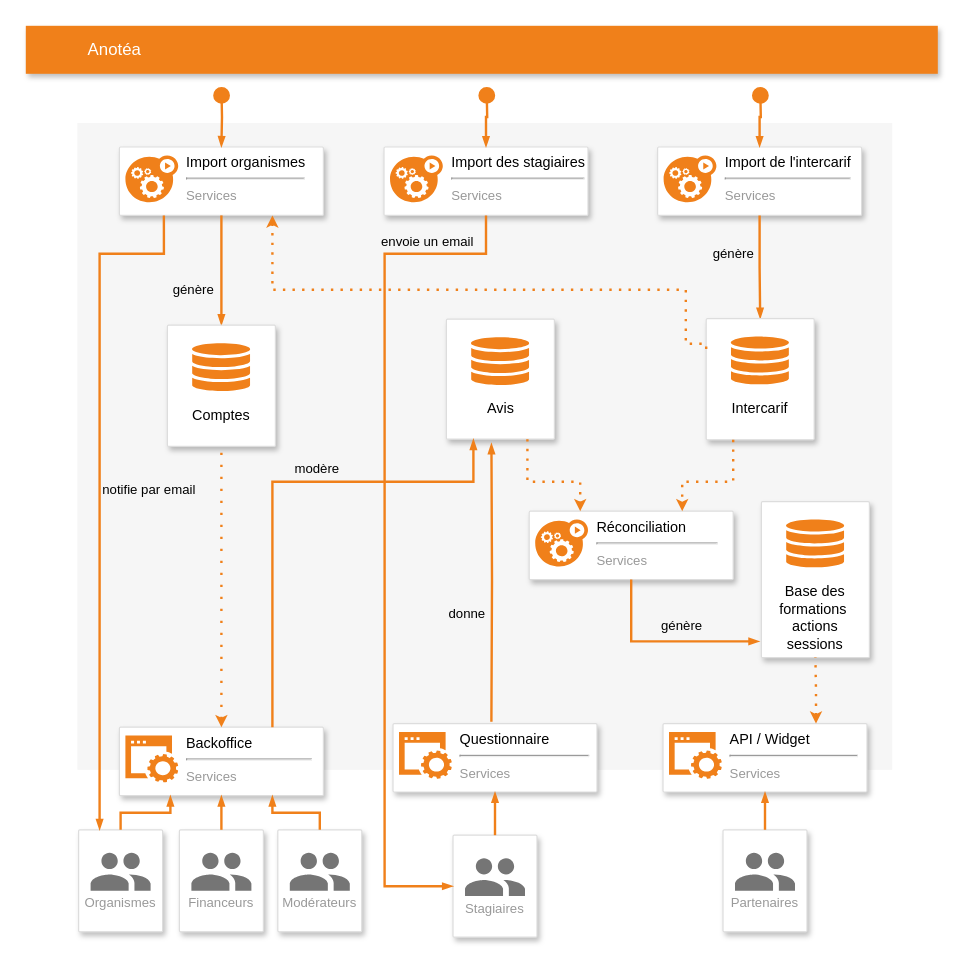
This is misc/doc/diagram/anotea-diagram.drawio from StartupsPoleEmploi/anotea, a draw.io file, before an edit. Source tidied: cells renumbered, new cells numbered last; positions are measured from the earlier drawing's top-left corner, leaving out a move shared by most shapes. Both pictures are drawn from the tidied source at 120%, with x=0, y=0 at pixel (25, 25).
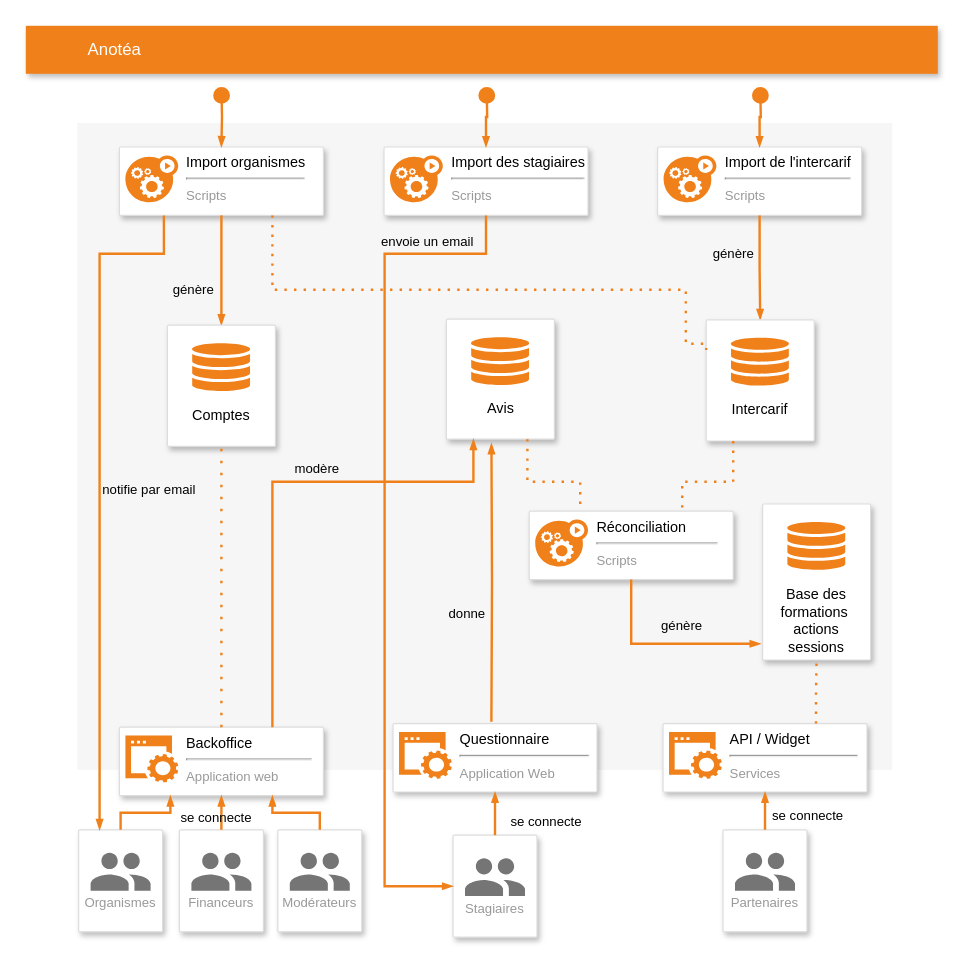
The same diagram, later.

The change refers to these unchanged cells:
```xml
<mxCell id="4" style="strokeColor=#dddddd;fillColor=#ffffff;shadow=1;strokeWidth=1;rounded=1;absoluteArcSize=1;arcSize=2;fontSize=11;fontColor=#9E9E9E;align=center;html=1;" parent="1" vertex="1">
  <mxGeometry x="526.5" y="101" width="170" height="57" as="geometry" />
</mxCell>
<mxCell id="6" style="strokeColor=#dddddd;fillColor=#ffffff;shadow=1;strokeWidth=1;rounded=1;absoluteArcSize=1;arcSize=2;fontSize=11;fontColor=#9E9E9E;align=center;html=1;" parent="1" vertex="1">
  <mxGeometry x="78" y="101" width="170" height="57" as="geometry" />
</mxCell>
<mxCell id="10" style="strokeColor=#dddddd;fillColor=#ffffff;shadow=1;strokeWidth=1;rounded=1;absoluteArcSize=1;arcSize=2;fontSize=11;fontColor=#9E9E9E;align=center;html=1;" parent="1" vertex="1">
  <mxGeometry x="298.5" y="101" width="170" height="57" as="geometry" />
</mxCell>
<mxCell id="12" style="strokeColor=#dddddd;fillColor=#ffffff;shadow=1;strokeWidth=1;rounded=1;absoluteArcSize=1;arcSize=2;fontSize=11;fontColor=#9E9E9E;align=center;html=1;" parent="1" vertex="1">
  <mxGeometry x="419.5" y="404.5" width="170" height="57" as="geometry" />
</mxCell>
<mxCell id="14" style="strokeColor=#dddddd;fillColor=#ffffff;shadow=1;strokeWidth=1;rounded=1;absoluteArcSize=1;arcSize=2;fontSize=11;fontColor=#9E9E9E;align=center;html=1;" parent="1" vertex="1">
  <mxGeometry x="306" y="581.5" width="170" height="57" as="geometry" />
</mxCell>
<mxCell id="18" value="Comptes&#10;" style="strokeColor=#dddddd;fillColor=#ffffff;shadow=1;strokeWidth=1;rounded=1;absoluteArcSize=1;arcSize=2;labelPosition=center;verticalLabelPosition=middle;align=center;verticalAlign=bottom;spacingLeft=0;fontColor=#000000;fontSize=12;whiteSpace=wrap;spacingBottom=2;" parent="1" vertex="1">
  <mxGeometry x="118" y="249.5" width="90" height="101" as="geometry" />
</mxCell>
<mxCell id="22" value="Avis&#10;" style="strokeColor=#dddddd;fillColor=#ffffff;shadow=1;strokeWidth=1;rounded=1;absoluteArcSize=1;arcSize=2;labelPosition=center;verticalLabelPosition=middle;align=center;verticalAlign=bottom;spacingLeft=0;fontColor=#000000;fontSize=12;whiteSpace=wrap;spacingBottom=2;" parent="1" vertex="1">
  <mxGeometry x="350.5" y="244.5" width="90" height="100" as="geometry" />
</mxCell>
<mxCell id="24" style="strokeColor=#dddddd;fillColor=#ffffff;shadow=1;strokeWidth=1;rounded=1;absoluteArcSize=1;arcSize=2;fontSize=11;fontColor=#9E9E9E;align=center;html=1;" parent="1" vertex="1">
  <mxGeometry x="531" y="581.5" width="170" height="57" as="geometry" />
</mxCell>
<mxCell id="26" style="strokeColor=#dddddd;fillColor=#ffffff;shadow=1;strokeWidth=1;rounded=1;absoluteArcSize=1;arcSize=2;fontSize=11;fontColor=#9E9E9E;align=center;html=1;" parent="1" vertex="1">
  <mxGeometry x="78" y="584.5" width="170" height="57" as="geometry" />
</mxCell>
```

The edit, as a diff of the source:
```diff
@@
-    <mxCell id="5" value="&lt;font color=&quot;#000000&quot;&gt;Import de l'intercarif&lt;/font&gt;&lt;br&gt;&lt;hr&gt;&lt;font style=&quot;font-size: 11px&quot;&gt;Services&lt;/font&gt;" style="dashed=0;html=1;fillColor=#F0801A;strokeColor=none;shape=mxgraph.gcp2.gear_load;labelPosition=right;verticalLabelPosition=middle;align=left;verticalAlign=top;spacingLeft=5;fontColor=#999999;fontSize=12;spacingTop=-8;" parent="4" vertex="1">
+    <mxCell id="5" value="&lt;font color=&quot;#000000&quot;&gt;Import de l'intercarif&lt;/font&gt;&lt;br&gt;&lt;hr&gt;&lt;font style=&quot;font-size: 11px&quot;&gt;Scripts&lt;/font&gt;" style="dashed=0;html=1;fillColor=#F0801A;strokeColor=none;shape=mxgraph.gcp2.gear_load;labelPosition=right;verticalLabelPosition=middle;align=left;verticalAlign=top;spacingLeft=5;fontColor=#999999;fontSize=12;spacingTop=-8;" parent="4" vertex="1">
       <mxGeometry width="44" height="39" relative="1" as="geometry">
         <mxPoint x="5" y="7" as="offset" />
       </mxGeometry>
     </mxCell>
@@
-    <mxCell id="7" value="&lt;font color=&quot;#000000&quot;&gt;Import organismes&lt;/font&gt;&lt;br&gt;&lt;hr&gt;&lt;font style=&quot;font-size: 11px&quot;&gt;Services&lt;/font&gt;" style="dashed=0;html=1;fillColor=#F0801A;strokeColor=none;shape=mxgraph.gcp2.gear_load;labelPosition=right;verticalLabelPosition=middle;align=left;verticalAlign=top;spacingLeft=5;fontColor=#999999;fontSize=12;spacingTop=-8;" parent="6" vertex="1">
+    <mxCell id="7" value="&lt;font color=&quot;#000000&quot;&gt;Import organismes&lt;/font&gt;&lt;br&gt;&lt;hr&gt;&lt;font style=&quot;font-size: 11px&quot;&gt;Scripts&lt;/font&gt;" style="dashed=0;html=1;fillColor=#F0801A;strokeColor=none;shape=mxgraph.gcp2.gear_load;labelPosition=right;verticalLabelPosition=middle;align=left;verticalAlign=top;spacingLeft=5;fontColor=#999999;fontSize=12;spacingTop=-8;" parent="6" vertex="1">
       <mxGeometry width="44" height="39" relative="1" as="geometry">
         <mxPoint x="5" y="7" as="offset" />
       </mxGeometry>
     </mxCell>
@@
-    <mxCell id="11" value="&lt;font color=&quot;#000000&quot;&gt;Import des stagiaires&lt;/font&gt;&lt;br&gt;&lt;hr&gt;&lt;font style=&quot;font-size: 11px&quot;&gt;Services&lt;/font&gt;" style="dashed=0;html=1;fillColor=#F0801A;strokeColor=none;shape=mxgraph.gcp2.gear_load;labelPosition=right;verticalLabelPosition=middle;align=left;verticalAlign=top;spacingLeft=5;fontColor=#999999;fontSize=12;spacingTop=-8;" parent="10" vertex="1">
+    <mxCell id="11" value="&lt;font color=&quot;#000000&quot;&gt;Import des stagiaires&lt;/font&gt;&lt;br&gt;&lt;hr&gt;&lt;font style=&quot;font-size: 11px&quot;&gt;Scripts&lt;/font&gt;" style="dashed=0;html=1;fillColor=#F0801A;strokeColor=none;shape=mxgraph.gcp2.gear_load;labelPosition=right;verticalLabelPosition=middle;align=left;verticalAlign=top;spacingLeft=5;fontColor=#999999;fontSize=12;spacingTop=-8;" parent="10" vertex="1">
       <mxGeometry width="44" height="39" relative="1" as="geometry">
         <mxPoint x="5" y="7" as="offset" />
       </mxGeometry>
     </mxCell>
@@
-    <mxCell id="13" value="&lt;font color=&quot;#000000&quot;&gt;Réconciliation&amp;nbsp; &amp;nbsp; &amp;nbsp; &amp;nbsp;&amp;nbsp;&lt;/font&gt;&lt;br&gt;&lt;hr&gt;&lt;font style=&quot;font-size: 11px&quot;&gt;Services&lt;/font&gt;" style="dashed=0;html=1;fillColor=#F0801A;strokeColor=none;shape=mxgraph.gcp2.gear_load;labelPosition=right;verticalLabelPosition=middle;align=left;verticalAlign=top;spacingLeft=5;fontColor=#999999;fontSize=12;spacingTop=-8;" parent="12" vertex="1">
+    <mxCell id="13" value="&lt;font color=&quot;#000000&quot;&gt;Réconciliation&amp;nbsp; &amp;nbsp; &amp;nbsp; &amp;nbsp;&amp;nbsp;&lt;/font&gt;&lt;br&gt;&lt;hr&gt;&lt;font style=&quot;font-size: 11px&quot;&gt;Scripts&lt;/font&gt;" style="dashed=0;html=1;fillColor=#F0801A;strokeColor=none;shape=mxgraph.gcp2.gear_load;labelPosition=right;verticalLabelPosition=middle;align=left;verticalAlign=top;spacingLeft=5;fontColor=#999999;fontSize=12;spacingTop=-8;" parent="12" vertex="1">
       <mxGeometry width="44" height="39" relative="1" as="geometry">
         <mxPoint x="5" y="7" as="offset" />
       </mxGeometry>
     </mxCell>
@@
-    <mxCell id="15" value="&lt;font color=&quot;#000000&quot;&gt;Questionnaire&amp;nbsp; &amp;nbsp; &amp;nbsp; &amp;nbsp; &amp;nbsp;&amp;nbsp;&lt;/font&gt;&lt;br&gt;&lt;hr&gt;&lt;font style=&quot;font-size: 11px&quot;&gt;Services&lt;/font&gt;" style="dashed=0;html=1;fillColor=#F0801A;strokeColor=none;shape=mxgraph.gcp2.website;labelPosition=right;verticalLabelPosition=middle;align=left;verticalAlign=top;spacingLeft=5;fontColor=#999999;fontSize=12;spacingTop=-8;" parent="14" vertex="1">
+    <mxCell id="15" value="&lt;font color=&quot;#000000&quot;&gt;Questionnaire&amp;nbsp; &amp;nbsp; &amp;nbsp; &amp;nbsp; &amp;nbsp;&amp;nbsp;&lt;/font&gt;&lt;br&gt;&lt;hr&gt;&lt;font style=&quot;font-size: 11px&quot;&gt;Application Web&lt;/font&gt;" style="dashed=0;html=1;fillColor=#F0801A;strokeColor=none;shape=mxgraph.gcp2.website;labelPosition=right;verticalLabelPosition=middle;align=left;verticalAlign=top;spacingLeft=5;fontColor=#999999;fontSize=12;spacingTop=-8;" parent="14" vertex="1">
       <mxGeometry width="44" height="39" relative="1" as="geometry">
         <mxPoint x="5" y="7" as="offset" />
       </mxGeometry>
     </mxCell>
@@
     <mxCell id="20" value="Intercarif&#10;" style="strokeColor=#dddddd;fillColor=#ffffff;shadow=1;strokeWidth=1;rounded=1;absoluteArcSize=1;arcSize=2;labelPosition=center;verticalLabelPosition=middle;align=center;verticalAlign=bottom;spacingLeft=0;fontColor=#000000;fontSize=12;whiteSpace=wrap;spacingBottom=2;" parent="1" vertex="1">
-      <mxGeometry x="567" y="244" width="90" height="101" as="geometry" />
+      <mxGeometry x="567" y="245" width="90" height="101" as="geometry" />
     </mxCell>
@@
-    <mxCell id="27" value="&lt;font color=&quot;#000000&quot;&gt;Backoffice&amp;nbsp; &amp;nbsp; &amp;nbsp; &amp;nbsp; &amp;nbsp; &amp;nbsp; &amp;nbsp; &amp;nbsp;&lt;/font&gt;&lt;br&gt;&lt;hr&gt;&lt;font style=&quot;font-size: 11px&quot;&gt;Services&lt;/font&gt;" style="dashed=0;html=1;fillColor=#F0801A;strokeColor=none;shape=mxgraph.gcp2.website;labelPosition=right;verticalLabelPosition=middle;align=left;verticalAlign=top;spacingLeft=5;fontColor=#999999;fontSize=12;spacingTop=-8;" parent="26" vertex="1">
+    <mxCell id="27" value="&lt;font color=&quot;#000000&quot;&gt;Backoffice&amp;nbsp; &amp;nbsp; &amp;nbsp; &amp;nbsp; &amp;nbsp; &amp;nbsp; &amp;nbsp; &amp;nbsp;&lt;/font&gt;&lt;br&gt;&lt;hr&gt;&lt;span style=&quot;font-size: 11px&quot;&gt;Application web&lt;/span&gt;" style="dashed=0;html=1;fillColor=#F0801A;strokeColor=none;shape=mxgraph.gcp2.website;labelPosition=right;verticalLabelPosition=middle;align=left;verticalAlign=top;spacingLeft=5;fontColor=#999999;fontSize=12;spacingTop=-8;" parent="26" vertex="1">
       <mxGeometry width="44" height="39" relative="1" as="geometry">
         <mxPoint x="5" y="7" as="offset" />
       </mxGeometry>
     </mxCell>
     <mxCell id="28" value="Base des formations  actions sessions" style="strokeColor=#dddddd;fillColor=#ffffff;shadow=1;strokeWidth=1;rounded=1;absoluteArcSize=1;arcSize=2;labelPosition=center;verticalLabelPosition=middle;align=center;verticalAlign=bottom;spacingLeft=0;fontColor=#000000;fontSize=12;whiteSpace=wrap;spacingBottom=2;" parent="1" vertex="1">
-      <mxGeometry x="613" y="396.5" width="90" height="130" as="geometry" />
+      <mxGeometry x="614" y="398.5" width="90" height="130" as="geometry" />
     </mxCell>
@@
-    <mxCell id="32" style="edgeStyle=orthogonalEdgeStyle;fontSize=12;html=1;endArrow=none;endFill=0;rounded=0;strokeWidth=2;endSize=4;startSize=4;dashed=1;dashPattern=1 4;strokeColor=#F0801A;entryX=0.5;entryY=1;entryDx=0;entryDy=0;exitX=0.5;exitY=0;exitDx=0;exitDy=0;startArrow=classic;startFill=1;" parent="1" edge="1" source="26" target="18">
+    <mxCell id="32" style="edgeStyle=orthogonalEdgeStyle;fontSize=12;html=1;endArrow=none;endFill=0;rounded=0;strokeWidth=2;endSize=4;startSize=4;dashed=1;dashPattern=1 4;strokeColor=#F0801A;entryX=0.5;entryY=1;entryDx=0;entryDy=0;exitX=0.5;exitY=0;exitDx=0;exitDy=0;startArrow=none;startFill=0;" parent="1" edge="1" source="26" target="18">
       <mxGeometry relative="1" as="geometry" />
     </mxCell>
@@
-    <mxCell id="38" style="edgeStyle=orthogonalEdgeStyle;fontSize=12;html=1;endArrow=classic;endFill=1;rounded=0;strokeWidth=2;endSize=4;startSize=4;dashed=1;dashPattern=1 3;strokeColor=#F0801A;exitX=0.75;exitY=1;exitDx=0;exitDy=0;entryX=0.25;entryY=0;entryDx=0;entryDy=0;" parent="1" edge="1" source="22" target="12">
+    <mxCell id="38" style="edgeStyle=orthogonalEdgeStyle;fontSize=12;html=1;endArrow=none;endFill=0;rounded=0;strokeWidth=2;endSize=4;startSize=4;dashed=1;dashPattern=1 3;strokeColor=#F0801A;exitX=0.75;exitY=1;exitDx=0;exitDy=0;entryX=0.25;entryY=0;entryDx=0;entryDy=0;startArrow=none;startFill=0;" parent="1" edge="1" source="22" target="12">
       <mxGeometry relative="1" as="geometry">
         <Array as="points">
           <mxPoint x="418" y="380" />
           <mxPoint x="462" y="380" />
         </Array>
       </mxGeometry>
     </mxCell>
-    <mxCell id="39" style="edgeStyle=orthogonalEdgeStyle;fontSize=12;html=1;endArrow=classic;endFill=1;rounded=0;strokeWidth=2;endSize=4;startSize=4;dashed=1;dashPattern=1 3;strokeColor=#F0801A;exitX=0.25;exitY=1;exitDx=0;exitDy=0;entryX=0.75;entryY=0;entryDx=0;entryDy=0;" parent="1" edge="1" source="20" target="12">
+    <mxCell id="39" style="edgeStyle=orthogonalEdgeStyle;fontSize=12;html=1;endArrow=none;endFill=0;rounded=0;strokeWidth=2;endSize=4;startSize=4;dashed=1;dashPattern=1 3;strokeColor=#F0801A;exitX=0.25;exitY=1;exitDx=0;exitDy=0;entryX=0.75;entryY=0;entryDx=0;entryDy=0;startArrow=none;startFill=0;" parent="1" edge="1" source="20" target="12">
       <mxGeometry relative="1" as="geometry">
         <Array as="points">
           <mxPoint x="589" y="380" />
           <mxPoint x="547" y="380" />
         </Array>
       </mxGeometry>
     </mxCell>
@@
-    <mxCell id="43" style="edgeStyle=orthogonalEdgeStyle;fontSize=12;html=1;endArrow=none;endFill=0;rounded=0;strokeWidth=2;endSize=4;startSize=4;dashed=1;dashPattern=1 3;strokeColor=#F0801A;entryX=0.5;entryY=1;entryDx=0;entryDy=0;startArrow=classic;startFill=1;exitX=0.75;exitY=0;exitDx=0;exitDy=0;" parent="1" edge="1" source="24" target="28">
+    <mxCell id="43" style="edgeStyle=orthogonalEdgeStyle;fontSize=12;html=1;endArrow=none;endFill=0;rounded=0;strokeWidth=2;endSize=4;startSize=4;dashed=1;dashPattern=1 3;strokeColor=#F0801A;entryX=0.5;entryY=1;entryDx=0;entryDy=0;startArrow=none;startFill=0;exitX=0.75;exitY=0;exitDx=0;exitDy=0;" parent="1" edge="1" source="24" target="28">
       <mxGeometry relative="1" as="geometry" />
     </mxCell>
@@
-    <mxCell id="47" style="edgeStyle=orthogonalEdgeStyle;fontSize=12;html=1;endArrow=none;endFill=0;rounded=0;strokeWidth=2;endSize=4;startSize=4;dashed=1;dashPattern=1 3;strokeColor=#F0801A;exitX=0.75;exitY=1;exitDx=0;exitDy=0;entryX=0;entryY=0.25;entryDx=0;entryDy=0;startArrow=classic;startFill=1;" parent="1" edge="1" source="6" target="20">
+    <mxCell id="47" style="edgeStyle=orthogonalEdgeStyle;fontSize=12;html=1;endArrow=none;endFill=0;rounded=0;strokeWidth=2;endSize=4;startSize=4;dashed=1;dashPattern=1 3;strokeColor=#F0801A;exitX=0.75;exitY=1;exitDx=0;exitDy=0;entryX=0;entryY=0.25;entryDx=0;entryDy=0;startArrow=none;startFill=0;" parent="1" edge="1" source="6" target="20">
       <mxGeometry relative="1" as="geometry">
         <Array as="points">
           <mxPoint x="206" y="220" />
           <mxPoint x="550" y="220" />
           <mxPoint x="550" y="265" />
         </Array>
       </mxGeometry>
     </mxCell>
@@
+    <mxCell id="63" value="se connecte" style="text;html=1;strokeColor=none;fillColor=none;align=center;verticalAlign=middle;whiteSpace=wrap;rounded=0;fontSize=11;" parent="1" vertex="1">
+      <mxGeometry x="114" y="650" width="90" height="20" as="geometry" />
+    </mxCell>
+    <mxCell id="64" value="se connecte" style="text;html=1;strokeColor=none;fillColor=none;align=center;verticalAlign=middle;whiteSpace=wrap;rounded=0;fontSize=11;" parent="1" vertex="1">
+      <mxGeometry x="607" y="648" width="90" height="20" as="geometry" />
+    </mxCell>
+    <mxCell id="65" value="se connecte" style="text;html=1;strokeColor=none;fillColor=none;align=center;verticalAlign=middle;whiteSpace=wrap;rounded=0;fontSize=11;" parent="1" vertex="1">
+      <mxGeometry x="388.5" y="652.5" width="90" height="20" as="geometry" />
+    </mxCell>
```
